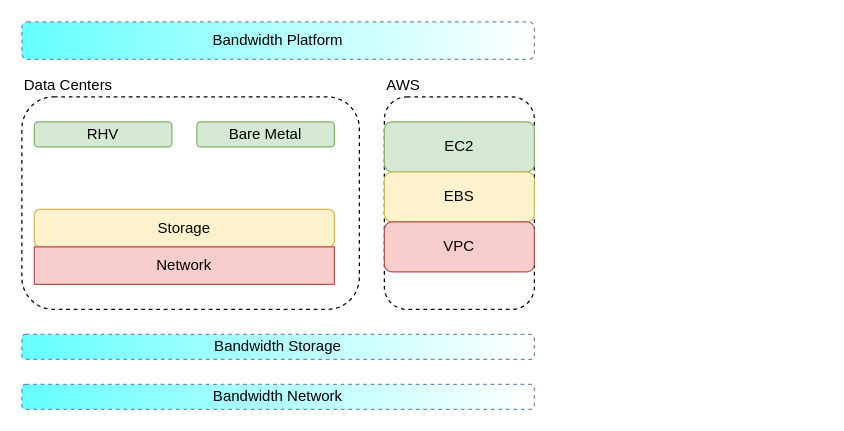
This is architecture/tco_diiagram_arch_2017.drawio from slmingol/diagram_assets, a draw.io file, before an edit. Source tidied: cells renumbered, new cells numbered last; positions are measured from the earlier drawing's top-left corner, leaving out a move shared by most shapes. Both pictures are drawn from the tidied source at 125%, with x=0, y=0 at pixel (21, 21).
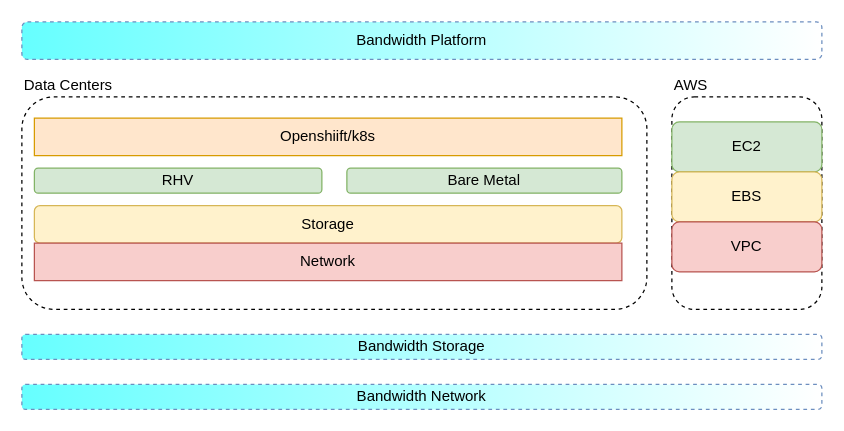
The same page after the edit.

The edit, as a diff of the source:
```diff
@@
 <mxGraphModel>
   <root>
     <mxCell id="0" />
     <mxCell id="1" parent="0" />
     <mxCell id="2" value="Bandwidth Platform" style="rounded=1;whiteSpace=wrap;html=1;fillColor=#66FFFF;strokeColor=#6c8ebf;gradientColor=#ffffff;gradientDirection=east;dashed=1;" parent="1" vertex="1">
-      <mxGeometry width="410" height="30" as="geometry" />
+      <mxGeometry width="640" height="30" as="geometry" />
     </mxCell>
     <mxCell id="3" value="Bandwidth Storage" style="rounded=1;whiteSpace=wrap;html=1;fillColor=#66FFFF;strokeColor=#6c8ebf;gradientColor=#ffffff;gradientDirection=east;dashed=1;" parent="1" vertex="1">
-      <mxGeometry y="250" width="410" height="20" as="geometry" />
+      <mxGeometry y="250" width="640" height="20" as="geometry" />
     </mxCell>
     <mxCell id="4" value="Bandwidth Network" style="rounded=1;whiteSpace=wrap;html=1;fillColor=#66FFFF;strokeColor=#6c8ebf;gradientColor=#ffffff;gradientDirection=east;dashed=1;" parent="1" vertex="1">
-      <mxGeometry y="290" width="410" height="20" as="geometry" />
+      <mxGeometry y="290" width="640" height="20" as="geometry" />
     </mxCell>
     <mxCell id="5" value="Data Centers" style="rounded=1;whiteSpace=wrap;html=1;dashed=1;fillColor=none;gradientColor=#ffffff;labelPosition=center;verticalLabelPosition=top;align=left;verticalAlign=bottom;" parent="1" vertex="1">
-      <mxGeometry y="60" width="270" height="170" as="geometry" />
+      <mxGeometry y="60" width="500" height="170" as="geometry" />
     </mxCell>
-    <mxCell id="6" value="AWS" style="rounded=1;whiteSpace=wrap;html=1;dashed=1;fillColor=none;gradientColor=#ffffff;labelPosition=center;verticalLabelPosition=top;align=left;verticalAlign=bottom;" parent="1" vertex="1">
-      <mxGeometry x="290" y="60" width="120" height="170" as="geometry" />
-    </mxCell>
     <mxCell id="7" value="RHV" style="rounded=1;whiteSpace=wrap;html=1;fillColor=#d5e8d4;align=center;strokeColor=#82b366;" parent="1" vertex="1">
-      <mxGeometry x="10" y="80" width="110" height="20" as="geometry" />
+      <mxGeometry x="10" y="117" width="230" height="20" as="geometry" />
     </mxCell>
     <mxCell id="8" value="Storage" style="rounded=1;whiteSpace=wrap;html=1;fillColor=#fff2cc;align=center;strokeColor=#d6b656;" parent="1" vertex="1">
-      <mxGeometry x="10" y="150" width="240" height="30" as="geometry" />
+      <mxGeometry x="10" y="147" width="470" height="30" as="geometry" />
     </mxCell>
     <mxCell id="9" value="Network" style="rounded=1;whiteSpace=wrap;html=1;fillColor=#f8cecc;align=center;strokeColor=#b85450;arcSize=0;" parent="1" vertex="1">
-      <mxGeometry x="10" y="180" width="240" height="30" as="geometry" />
+      <mxGeometry x="10" y="177" width="470" height="30" as="geometry" />
     </mxCell>
+    <mxCell id="13" value="Bare Metal" style="rounded=1;whiteSpace=wrap;html=1;fillColor=#d5e8d4;align=center;strokeColor=#82b366;" parent="1" vertex="1">
+      <mxGeometry x="260" y="117" width="220" height="20" as="geometry" />
+    </mxCell>
+    <mxCell id="14" style="group;" parent="1" vertex="1">
+      <mxGeometry x="520" y="60" width="120" height="170" as="geometry" />
+    </mxCell>
+    <mxCell id="6" value="AWS" style="rounded=1;whiteSpace=wrap;html=1;dashed=1;fillColor=none;gradientColor=#ffffff;labelPosition=center;verticalLabelPosition=top;align=left;verticalAlign=bottom;" parent="14" vertex="1">
+      <mxGeometry width="120" height="170" as="geometry" />
+    </mxCell>
-    <mxCell id="10" value="EC2" style="rounded=1;whiteSpace=wrap;html=1;fillColor=#d5e8d4;align=center;strokeColor=#82b366;" parent="1" vertex="1">
-      <mxGeometry x="290" y="80" width="120" height="40" as="geometry" />
+    <mxCell id="10" value="EC2" style="rounded=1;whiteSpace=wrap;html=1;fillColor=#d5e8d4;align=center;strokeColor=#82b366;" parent="14" vertex="1">
+      <mxGeometry y="20" width="120" height="40" as="geometry" />
     </mxCell>
-    <mxCell id="11" value="EBS" style="rounded=1;whiteSpace=wrap;html=1;fillColor=#fff2cc;align=center;strokeColor=#d6b656;" parent="1" vertex="1">
-      <mxGeometry x="290" y="120" width="120" height="40" as="geometry" />
+    <mxCell id="11" value="EBS" style="rounded=1;whiteSpace=wrap;html=1;fillColor=#fff2cc;align=center;strokeColor=#d6b656;" parent="14" vertex="1">
+      <mxGeometry y="60" width="120" height="40" as="geometry" />
     </mxCell>
-    <mxCell id="12" value="VPC" style="rounded=1;whiteSpace=wrap;html=1;fillColor=#f8cecc;align=center;strokeColor=#b85450;" parent="1" vertex="1">
-      <mxGeometry x="290" y="160" width="120" height="40" as="geometry" />
+    <mxCell id="12" value="VPC" style="rounded=1;whiteSpace=wrap;html=1;fillColor=#f8cecc;align=center;strokeColor=#b85450;" parent="14" vertex="1">
+      <mxGeometry y="100" width="120" height="40" as="geometry" />
     </mxCell>
-    <mxCell id="13" value="Bare Metal" style="rounded=1;whiteSpace=wrap;html=1;fillColor=#d5e8d4;align=center;strokeColor=#82b366;" parent="1" vertex="1">
-      <mxGeometry x="140" y="80" width="110" height="20" as="geometry" />
-    </mxCell>
+    <mxCell id="15" value="Openshiift/k8s" style="rounded=1;whiteSpace=wrap;html=1;fillColor=#ffe6cc;align=center;strokeColor=#d79b00;arcSize=0;" parent="1" vertex="1">
+      <mxGeometry x="10" y="77" width="470" height="30" as="geometry" />
+    </mxCell>
   </root>
 </mxGraphModel>
```
